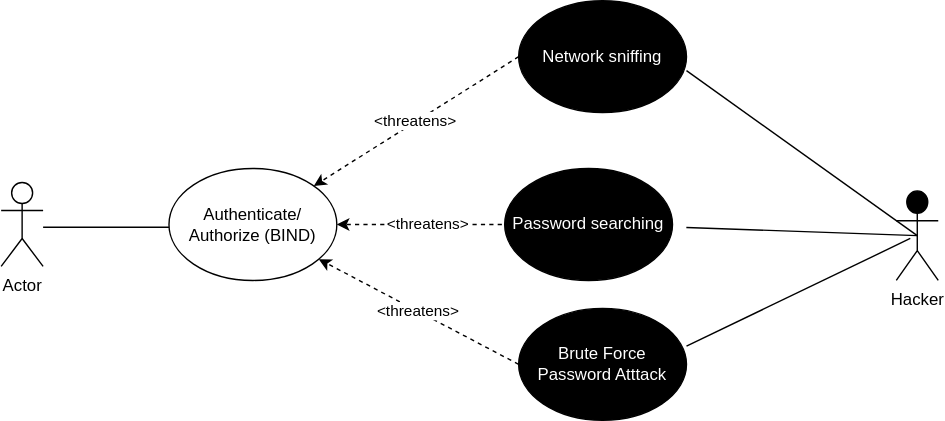
Earlier version of the draw.io export images/Use-Misuse Case 1 -Bind.drawio.svg (bartelsjoshuac/SAPG). Source tidied: cells renumbered, new cells last; positions are measured from the earlier drawing's top-left corner, leaving out a move shared by most shapes.
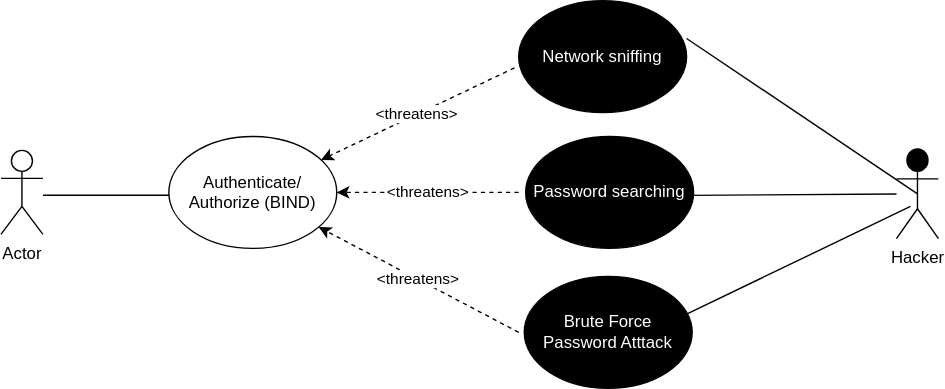
After the commit.

Change to the diagram source:
```diff
@@ -15,7 +15,7 @@
       <mxGeometry x="120" y="120" width="120" height="80" as="geometry" />
     </mxCell>
     <mxCell id="5" value="Hacker" style="shape=umlActor;verticalLabelPosition=bottom;verticalAlign=top;html=1;outlineConnect=0;fillColor=#000000;" parent="1" vertex="1">
-      <mxGeometry x="640" y="136" width="30" height="64" as="geometry" />
+      <mxGeometry x="640" y="129" width="30" height="64" as="geometry" />
     </mxCell>
     <mxCell id="6" value="&amp;lt;threatens&amp;gt;" style="endArrow=classic;html=1;rounded=0;exitX=0;exitY=0.5;exitDx=0;exitDy=0;dashed=1;" parent="1" edge="1" target="4">
       <mxGeometry relative="1" as="geometry">
@@ -30,17 +30,15 @@
         <mxPoint x="370" y="160" as="sourcePoint" />
       </mxGeometry>
     </mxCell>
-    <mxCell id="9" value="&amp;lt;threatens&amp;gt;" style="endArrow=classic;html=1;rounded=0;exitX=0;exitY=0.375;exitDx=0;exitDy=0;exitPerimeter=0;dashed=1;" parent="1" edge="1" target="4">
-      <mxGeometry relative="1" as="geometry">
-        <mxPoint x="370" y="40" as="sourcePoint" />
-      </mxGeometry>
+    <mxCell id="9" value="&amp;lt;threatens&amp;gt;" style="endArrow=classic;html=1;rounded=0;exitX=-0.025;exitY=0.6;exitDx=0;exitDy=0;exitPerimeter=0;dashed=1;" parent="1" edge="1" source="13" target="4">
+      <mxGeometry relative="1" as="geometry" />
     </mxCell>
     <mxCell id="10" style="endArrow=none;html=1;exitX=1;exitY=0.5;exitDx=0;exitDy=0;entryX=0.5;entryY=0.5;entryDx=0;entryDy=0;entryPerimeter=0;" parent="1" edge="1" target="5">
       <mxGeometry relative="1" as="geometry">
         <mxPoint x="490" y="50" as="sourcePoint" />
       </mxGeometry>
     </mxCell>
-    <mxCell id="11" style="endArrow=none;html=1;entryX=0.5;entryY=0.5;entryDx=0;entryDy=0;entryPerimeter=0;" parent="1" edge="1" target="5">
+    <mxCell id="11" style="endArrow=none;html=1;" parent="1" edge="1" target="5">
       <mxGeometry relative="1" as="geometry">
         <mxPoint x="489.9" y="162.1" as="sourcePoint" />
       </mxGeometry>
@@ -52,13 +50,13 @@
       </mxGeometry>
     </mxCell>
     <mxCell id="13" value="Network sniffing" style="ellipse;whiteSpace=wrap;html=1;fillColor=#000000;fontColor=#FFFFFF;" parent="1" vertex="1">
-      <mxGeometry x="370" width="120" height="80" as="geometry" />
+      <mxGeometry x="370" y="23" width="120" height="80" as="geometry" />
     </mxCell>
     <mxCell id="14" value="Password searching" style="ellipse;whiteSpace=wrap;html=1;fillColor=#000000;fontColor=#FFFFFF;" parent="1" vertex="1">
-      <mxGeometry x="360" y="120" width="120" height="80" as="geometry" />
+      <mxGeometry x="375" y="120" width="120" height="80" as="geometry" />
     </mxCell>
     <mxCell id="15" value="Brute Force Password Atttack" style="ellipse;whiteSpace=wrap;html=1;fillColor=#000000;fontColor=#FFFFFF;" parent="1" vertex="1">
-      <mxGeometry x="370" y="220" width="120" height="80" as="geometry" />
+      <mxGeometry x="374" y="220" width="120" height="80" as="geometry" />
     </mxCell>
   </root>
 </mxGraphModel>
```
